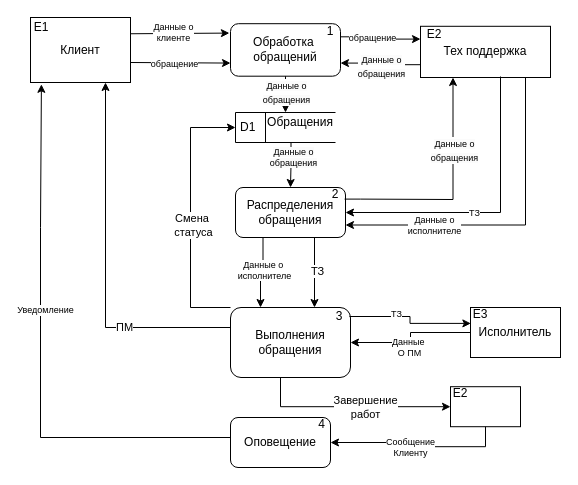
This is page "декомпозиция AS IS" (2 of 8) of ДИПЛОМ/Новая папка/dfd.drawio from semenovMaksWeb/biti, a draw.io file, before an edit. Source tidied: cells renumbered, new cells numbered last; positions are measured from the earlier drawing's top-left corner, leaving out a move shared by most shapes. Both pictures are drawn from the tidied source at 100%, with x=0, y=0 at pixel (30, 17).
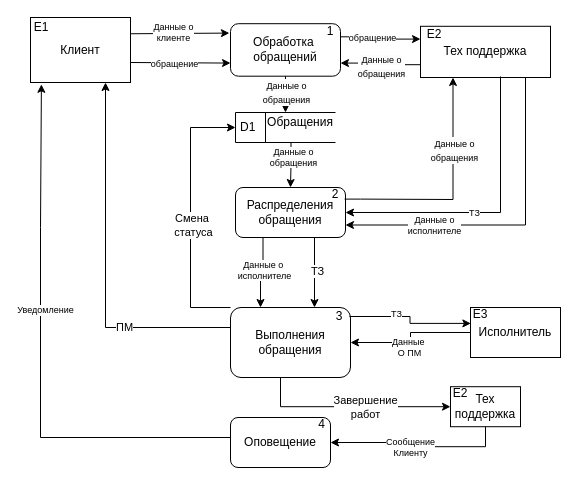
Above is the later version.

Unchanged cells that the change refers to:
```xml
<mxCell id="32" style="group;" parent="31" vertex="1">
  <mxGeometry width="80" height="42.5" as="geometry" />
</mxCell>
```

Change to the diagram source:
```diff
@@
-    <mxCell id="33" style="html=1;dashed=0;whiteSpace=wrap;" parent="32" vertex="1">
+    <mxCell id="33" value="Тех поддержка" style="html=1;dashed=0;whiteSpace=wrap;" parent="32" vertex="1">
       <mxGeometry x="10" width="70" height="40" as="geometry" />
     </mxCell>
```
